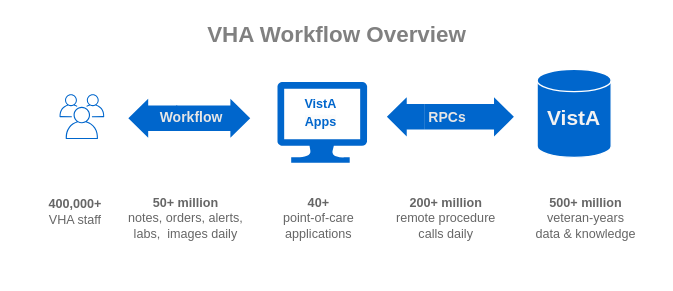
The draw.io diagram img/workflow-overview.svg in cloudvista/vaa, before a commit. Source tidied: cells renumbered, new cells last; positions are measured from the earlier drawing's top-left corner, leaving out a move shared by most shapes.
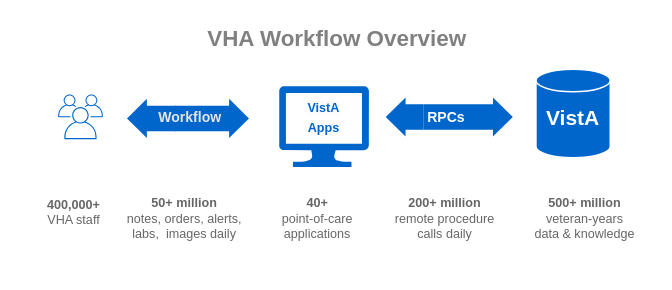
After the commit.

Diff of the diagram source:
```diff
@@ -8,29 +8,26 @@
     <mxCell id="3" style="html=1;shadow=0;dashed=0;align=center;verticalAlign=middle;shape=mxgraph.arrows2.arrow;dy=0.35;dx=14.19;direction=west;notch=0;strokeColor=none;strokeWidth=1;fontSize=12;fontColor=#808080;fillColor=#0066CC;flipV=1;" parent="1" vertex="1">
       <mxGeometry x="276" y="69" width="27.1" height="28" as="geometry" />
     </mxCell>
-    <mxCell id="4" value="&lt;font size=&quot;1&quot; color=&quot;#0066cc&quot; style=&quot;&quot;&gt;&lt;b style=&quot;font-size: 9px;&quot;&gt;VistA&lt;/b&gt;&lt;/font&gt;" style="text;whiteSpace=wrap;html=1;fontColor=#999999;align=center;fontSize=10;fontStyle=0;" parent="1" vertex="1">
-      <mxGeometry x="205.4" y="61" width="48.2" height="26" as="geometry" />
-    </mxCell>
     <mxCell id="5" style="sketch=0;gradientColor=none;fontColor=#545B64;strokeColor=none;fillColor=#0066CC;dashed=0;verticalLabelPosition=bottom;verticalAlign=top;align=center;html=1;fontSize=12;fontStyle=0;shape=mxgraph.aws4.illustration_users;strokeWidth=4;perimeterSpacing=0;" parent="1" vertex="1">
       <mxGeometry x="42" y="66.9" width="32" height="32" as="geometry" />
     </mxCell>
     <mxCell id="6" style="html=1;shadow=0;dashed=0;align=center;verticalAlign=middle;shape=mxgraph.arrows2.arrow;dy=0.35;dx=14.19;direction=west;notch=0;strokeColor=none;strokeWidth=1;fontSize=12;fontColor=#808080;fillColor=#0066CC;flipV=1;rotation=-180;" parent="1" vertex="1">
       <mxGeometry x="303.1" y="69" width="63.7" height="28" as="geometry" />
     </mxCell>
-    <mxCell id="7" value="&lt;span style=&quot;font-size: 10px;&quot;&gt;&lt;b style=&quot;&quot;&gt;&lt;font color=&quot;#e6e6e6&quot;&gt;RPCs&lt;/font&gt;&lt;/b&gt;&lt;/span&gt;" style="text;html=1;align=center;verticalAlign=middle;strokeColor=none;fillColor=none;fontSize=12;fontColor=#009900;" parent="1" vertex="1">
+    <mxCell id="7" value="&lt;span style=&quot;font-size: 10px;&quot;&gt;&lt;b style=&quot;&quot;&gt;&lt;font style=&quot;color: rgb(255, 255, 255);&quot;&gt;RPCs&lt;/font&gt;&lt;/b&gt;&lt;/span&gt;" style="text;html=1;align=center;verticalAlign=middle;strokeColor=none;fillColor=none;fontSize=12;fontColor=#009900;" parent="1" vertex="1">
       <mxGeometry x="294" y="67.5" width="50" height="30" as="geometry" />
     </mxCell>
     <mxCell id="8" style="shape=cylinder3;whiteSpace=wrap;html=1;boundedLbl=1;backgroundOutline=1;size=7.999999999999943;strokeColor=#FFFFFF;fillColor=#0066CC;" parent="1" vertex="1">
       <mxGeometry x="383.4" y="49" width="53" height="63" as="geometry" />
     </mxCell>
-    <mxCell id="9" value="&lt;b style=&quot;&quot;&gt;&lt;font style=&quot;font-size: 15px;&quot;&gt;VistA&lt;/font&gt;&lt;br&gt;&lt;/b&gt;" style="text;whiteSpace=wrap;html=1;fontColor=#F2F2F2;align=center;" parent="1" vertex="1">
+    <mxCell id="9" value="&lt;b style=&quot;&quot;&gt;&lt;font style=&quot;font-size: 15px; color: rgb(255, 255, 255);&quot;&gt;VistA&lt;/font&gt;&lt;br&gt;&lt;/b&gt;" style="text;whiteSpace=wrap;html=1;fontColor=#F2F2F2;align=center;" parent="1" vertex="1">
       <mxGeometry x="377.8" y="67.8" width="64.2" height="30" as="geometry" />
     </mxCell>
     <mxCell id="10" style="sketch=0;shadow=0;dashed=0;html=1;strokeColor=none;labelPosition=center;verticalLabelPosition=bottom;verticalAlign=top;align=center;fillColor=#0066CC;shape=mxgraph.azure.computer;fontStyle=0;" parent="1" vertex="1">
-      <mxGeometry x="197.7" y="58" width="64.1" height="57.8" as="geometry" />
+      <mxGeometry x="199.9" y="61" width="64.1" height="57.8" as="geometry" />
     </mxCell>
     <mxCell id="11" value="&lt;font color=&quot;#808080&quot; style=&quot;font-size: 16px;&quot;&gt;&lt;b style=&quot;&quot;&gt;VHA Workflow Overview&lt;/b&gt;&lt;/font&gt;" style="text;html=1;align=center;verticalAlign=middle;strokeColor=none;fillColor=none;" parent="1" vertex="1">
-      <mxGeometry x="135" y="9" width="210" height="30" as="geometry" />
+      <mxGeometry x="136" y="12" width="210" height="30" as="geometry" />
     </mxCell>
     <mxCell id="12" style="html=1;shadow=0;dashed=0;align=center;verticalAlign=middle;shape=mxgraph.arrows2.arrow;dy=0.35;dx=14.19;direction=west;notch=0;strokeColor=none;strokeWidth=1;fontSize=12;fontColor=#808080;fillColor=#0066CC;flipV=1;" parent="1" vertex="1">
       <mxGeometry x="91.2" y="70" width="35" height="28" as="geometry" />
@@ -53,11 +50,11 @@
     <mxCell id="18" value="&lt;font&gt;&lt;b&gt;500+ million&lt;br&gt;&lt;/b&gt;&lt;/font&gt;veteran-years&amp;nbsp;&lt;br&gt;data &amp;amp; knowledge" style="text;html=1;align=center;verticalAlign=middle;strokeColor=none;fillColor=none;fontColor=#666666;fontStyle=0;fontSize=9;" parent="1" vertex="1">
       <mxGeometry x="367.9" y="130.6" width="100" height="50" as="geometry" />
     </mxCell>
-    <mxCell id="19" value="&lt;meta charset=&quot;utf-8&quot;&gt;&lt;b style=&quot;border-color: var(--border-color); color: rgb(0, 102, 204); font-family: Helvetica; font-style: normal; font-variant-ligatures: normal; font-variant-caps: normal; letter-spacing: normal; orphans: 2; text-indent: 0px; text-transform: none; widows: 2; word-spacing: 0px; -webkit-text-stroke-width: 0px; background-color: rgb(251, 251, 251); text-decoration-thickness: initial; text-decoration-style: initial; text-decoration-color: initial; font-size: 9px;&quot;&gt;Apps&lt;/b&gt;" style="text;whiteSpace=wrap;html=1;fontColor=#666666;align=center;" parent="1" vertex="1">
-      <mxGeometry x="198.5" y="72" width="60" height="40" as="geometry" />
-    </mxCell>
     <mxCell id="20" value="&lt;b&gt;&lt;font&gt;50+ million&lt;br style=&quot;font-size: 9px;&quot;&gt;&lt;/font&gt;&lt;/b&gt;notes, orders, alerts, &lt;br&gt;labs,&amp;nbsp; images daily" style="text;html=1;align=center;verticalAlign=middle;strokeColor=none;fillColor=none;fontColor=#666666;fontStyle=0;fontSize=9;" parent="1" vertex="1">
       <mxGeometry x="77" y="130.6" width="110" height="50" as="geometry" />
     </mxCell>
+    <mxCell id="21" value="&lt;b style=&quot;border-color: var(--border-color); color: rgb(0, 102, 204); font-family: Helvetica; font-style: normal; font-variant-ligatures: normal; font-variant-caps: normal; letter-spacing: normal; orphans: 2; text-indent: 0px; text-transform: none; widows: 2; word-spacing: 0px; -webkit-text-stroke-width: 0px; background-color: rgb(251, 251, 251); text-decoration-thickness: initial; text-decoration-style: initial; text-decoration-color: initial; font-size: 9px;&quot;&gt;VistA&lt;/b&gt;&lt;div&gt;&lt;b style=&quot;border-color: var(--border-color); color: rgb(0, 102, 204); font-family: Helvetica; font-style: normal; font-variant-ligatures: normal; font-variant-caps: normal; letter-spacing: normal; orphans: 2; text-indent: 0px; text-transform: none; widows: 2; word-spacing: 0px; -webkit-text-stroke-width: 0px; background-color: rgb(251, 251, 251); text-decoration-thickness: initial; text-decoration-style: initial; text-decoration-color: initial; font-size: 9px;&quot;&gt;Apps&lt;/b&gt;&lt;/div&gt;" style="text;whiteSpace=wrap;html=1;fontColor=#666666;align=center;" parent="1" vertex="1">
+      <mxGeometry x="201.9" y="62" width="60" height="40" as="geometry" />
+    </mxCell>
   </root>
 </mxGraphModel>
```
